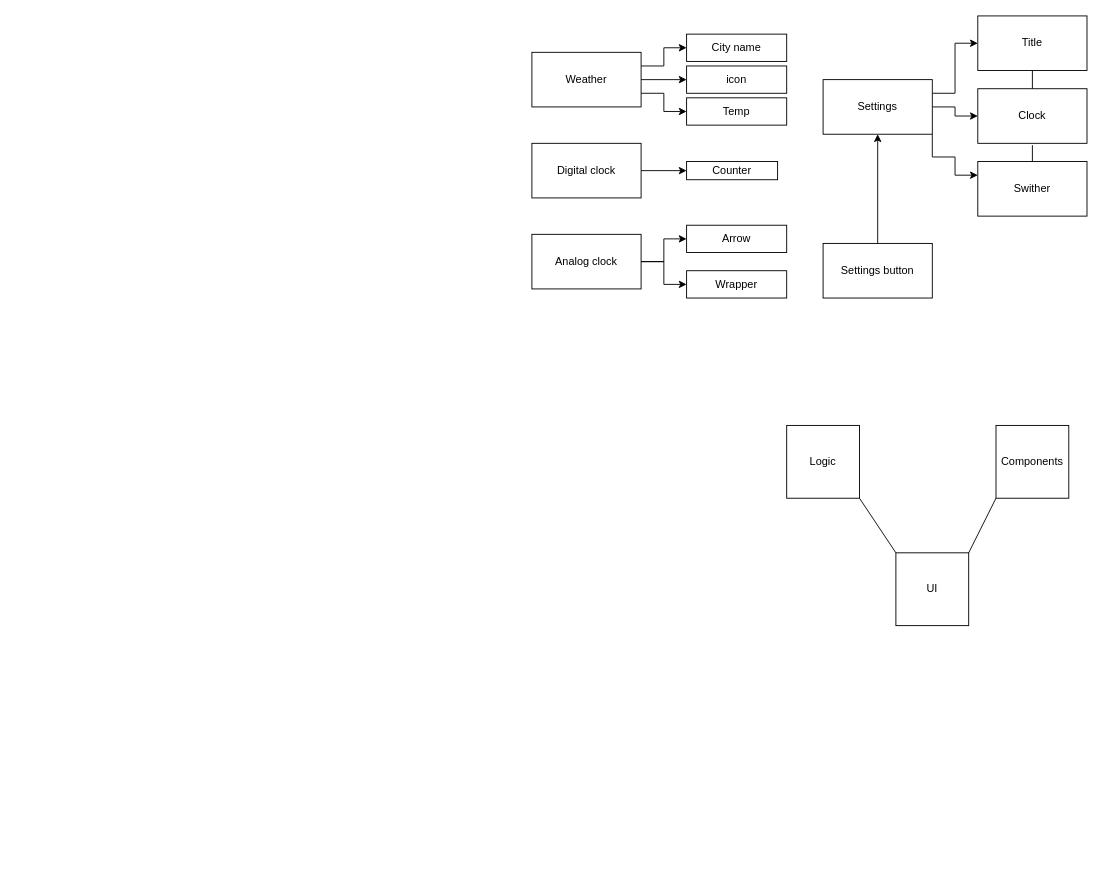
Earlier version of the draw.io diagram draw.io/react-clock.drawio (daniknewgarden/react-clock). Source tidied: cells renumbered, new cells numbered last; positions are measured from the earlier drawing's top-left corner, leaving out a move shared by most shapes. Both pictures are drawn from the tidied source at 91%, with x=0, y=0 at pixel (531, 15).
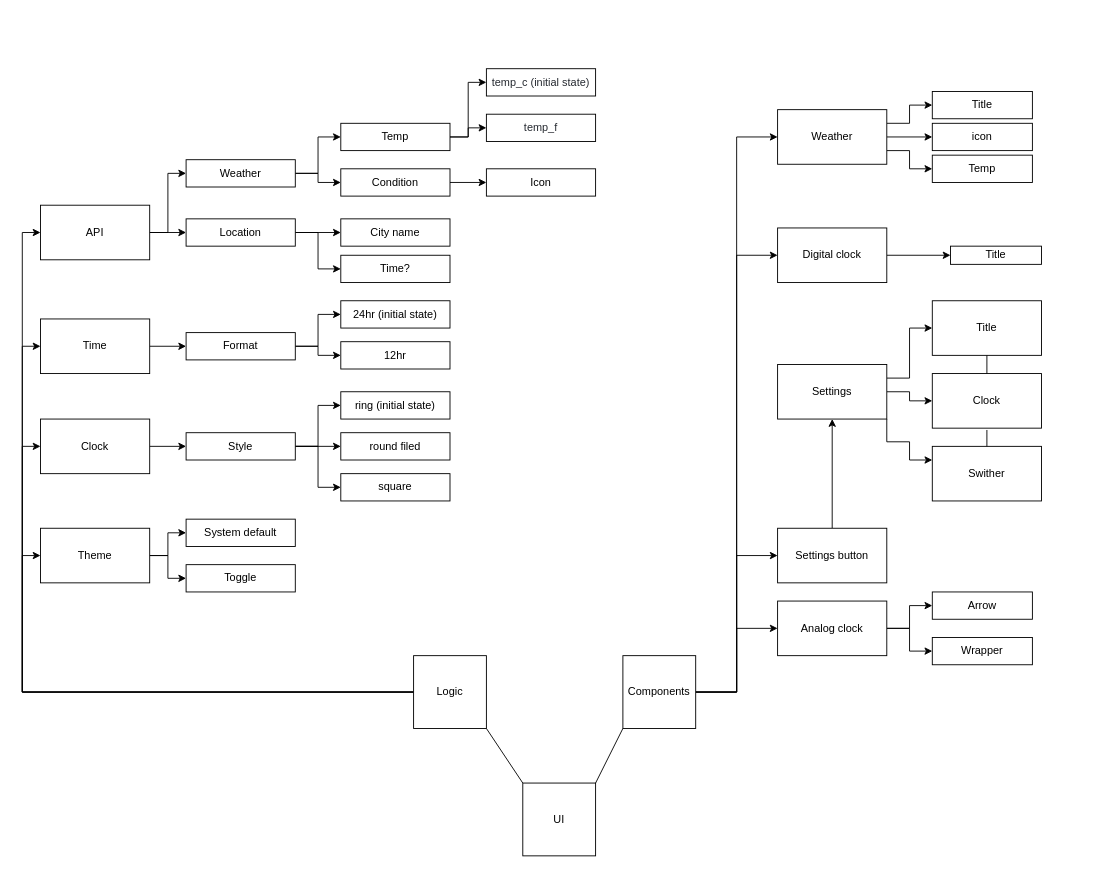
The same diagram, later.

Commit message (it also covers changes not shown here):
aded title component and own geolocation hook

What changed in the source:
```diff
@@
     <mxCell id="2" value="UI" style="whiteSpace=wrap;html=1;" parent="1" vertex="1">
-      <mxGeometry x="400" y="590" width="80" height="80" as="geometry" />
+      <mxGeometry x="-10" y="843" width="80" height="80" as="geometry" />
     </mxCell>
+    <mxCell id="33" style="edgeStyle=orthogonalEdgeStyle;rounded=0;jettySize=auto;html=1;entryX=0;entryY=0.5;entryDx=0;entryDy=0;" parent="1" edge="1" source="3" target="43">
+      <mxGeometry relative="1" as="geometry">
+        <Array as="points">
+          <mxPoint x="-560" y="743" />
+          <mxPoint x="-560" y="238" />
+        </Array>
+      </mxGeometry>
+    </mxCell>
+    <mxCell id="34" style="edgeStyle=orthogonalEdgeStyle;rounded=0;jettySize=auto;html=1;entryX=0;entryY=0.5;entryDx=0;entryDy=0;" parent="1" edge="1" source="3" target="61">
+      <mxGeometry relative="1" as="geometry" />
+    </mxCell>
+    <mxCell id="35" style="edgeStyle=orthogonalEdgeStyle;rounded=0;jettySize=auto;html=1;entryX=0;entryY=0.5;entryDx=0;entryDy=0;" parent="1" edge="1" source="3" target="68">
+      <mxGeometry relative="1" as="geometry" />
+    </mxCell>
+    <mxCell id="36" style="edgeStyle=orthogonalEdgeStyle;rounded=0;jettySize=auto;html=1;entryX=0;entryY=0.5;entryDx=0;entryDy=0;" parent="1" edge="1" source="3" target="78">
+      <mxGeometry relative="1" as="geometry" />
+    </mxCell>
     <mxCell id="3" value="Logic" style="whiteSpace=wrap;html=1;" parent="1" vertex="1">
-      <mxGeometry x="280" y="450" width="80" height="80" as="geometry" />
+      <mxGeometry x="-130" y="703" width="80" height="80" as="geometry" />
     </mxCell>
@@
+    <mxCell id="37" style="edgeStyle=orthogonalEdgeStyle;rounded=0;jettySize=auto;html=1;entryX=0;entryY=0.5;entryDx=0;entryDy=0;" parent="1" edge="1" source="5" target="13">
+      <mxGeometry relative="1" as="geometry" />
+    </mxCell>
+    <mxCell id="38" style="edgeStyle=orthogonalEdgeStyle;rounded=0;jettySize=auto;html=1;entryX=0;entryY=0.5;entryDx=0;entryDy=0;" parent="1" edge="1" source="5" target="17">
+      <mxGeometry relative="1" as="geometry" />
+    </mxCell>
+    <mxCell id="39" style="edgeStyle=orthogonalEdgeStyle;rounded=0;jettySize=auto;html=1;entryX=0;entryY=0.5;entryDx=0;entryDy=0;" parent="1" edge="1" source="5" target="15">
+      <mxGeometry relative="1" as="geometry" />
+    </mxCell>
+    <mxCell id="40" style="edgeStyle=orthogonalEdgeStyle;rounded=0;jettySize=auto;html=1;entryX=0;entryY=0.5;entryDx=0;entryDy=0;" parent="1" edge="1" source="5" target="10">
+      <mxGeometry relative="1" as="geometry" />
+    </mxCell>
     <mxCell id="5" value="Components" style="whiteSpace=wrap;html=1;" parent="1" vertex="1">
-      <mxGeometry x="510" y="450" width="80" height="80" as="geometry" />
+      <mxGeometry x="100" y="703" width="80" height="80" as="geometry" />
     </mxCell>
@@
     <mxCell id="10" value="Weather" style="rounded=0;whiteSpace=wrap;html=1;" parent="1" vertex="1">
-      <mxGeometry y="40" width="120" height="60" as="geometry" />
+      <mxGeometry x="270" y="103" width="120" height="60" as="geometry" />
     </mxCell>
@@
     <mxCell id="13" value="Analog clock" style="rounded=0;whiteSpace=wrap;html=1;" parent="1" vertex="1">
-      <mxGeometry y="240" width="120" height="60" as="geometry" />
+      <mxGeometry x="270" y="643" width="120" height="60" as="geometry" />
     </mxCell>
@@
     <mxCell id="15" value="Digital clock" style="rounded=0;whiteSpace=wrap;html=1;" parent="1" vertex="1">
-      <mxGeometry y="140" width="120" height="60" as="geometry" />
+      <mxGeometry x="270" y="233" width="120" height="60" as="geometry" />
     </mxCell>
@@
     <mxCell id="17" value="Settings button" style="rounded=0;whiteSpace=wrap;html=1;" parent="1" vertex="1">
-      <mxGeometry x="320" y="250" width="120" height="60" as="geometry" />
+      <mxGeometry x="270" y="563" width="120" height="60" as="geometry" />
     </mxCell>
@@
     <mxCell id="20" style="edgeStyle=orthogonalEdgeStyle;rounded=0;jettySize=auto;html=1;exitX=1;exitY=1;exitDx=0;exitDy=0;entryX=0;entryY=0.25;entryDx=0;entryDy=0;" parent="1" edge="1" source="21" target="24">
       <mxGeometry relative="1" as="geometry">
         <Array as="points">
-          <mxPoint x="440" y="155" />
-          <mxPoint x="465" y="155" />
-          <mxPoint x="465" y="175" />
+          <mxPoint x="390" y="468" />
+          <mxPoint x="415" y="468" />
+          <mxPoint x="415" y="488" />
         </Array>
       </mxGeometry>
     </mxCell>
     <mxCell id="21" value="Settings" style="rounded=0;whiteSpace=wrap;html=1;" parent="1" vertex="1">
-      <mxGeometry x="320" y="70" width="120" height="60" as="geometry" />
+      <mxGeometry x="270" y="383" width="120" height="60" as="geometry" />
     </mxCell>
     <mxCell id="22" value="Title" style="rounded=0;whiteSpace=wrap;html=1;" parent="1" vertex="1">
-      <mxGeometry x="490" width="120" height="60" as="geometry" />
+      <mxGeometry x="440" y="313" width="120" height="60" as="geometry" />
     </mxCell>
     <mxCell id="23" value="Clock" style="rounded=0;whiteSpace=wrap;html=1;" parent="1" vertex="1">
-      <mxGeometry x="490" y="80" width="120" height="60" as="geometry" />
+      <mxGeometry x="440" y="393" width="120" height="60" as="geometry" />
     </mxCell>
     <mxCell id="24" value="Swither" style="rounded=0;whiteSpace=wrap;html=1;" parent="1" vertex="1">
-      <mxGeometry x="490" y="160" width="120" height="60" as="geometry" />
+      <mxGeometry x="440" y="473" width="120" height="60" as="geometry" />
     </mxCell>
     <mxCell id="25" style="endArrow=none;html=1;entryX=0.5;entryY=0;entryDx=0;entryDy=0;" parent="1" edge="1" target="24">
       <mxGeometry relative="1" as="geometry">
-        <mxPoint x="550" y="142" as="sourcePoint" />
+        <mxPoint x="500" y="455" as="sourcePoint" />
       </mxGeometry>
     </mxCell>
@@
     <mxCell id="27" value="Arrow" style="rounded=0;whiteSpace=wrap;html=1;" parent="1" vertex="1">
-      <mxGeometry x="170" y="230" width="110" height="30" as="geometry" />
+      <mxGeometry x="440" y="633" width="110" height="30" as="geometry" />
     </mxCell>
     <mxCell id="28" value="Wrapper" style="rounded=0;whiteSpace=wrap;html=1;" parent="1" vertex="1">
-      <mxGeometry x="170" y="280" width="110" height="30" as="geometry" />
+      <mxGeometry x="440" y="683" width="110" height="30" as="geometry" />
     </mxCell>
-    <mxCell id="29" value="City name" style="rounded=0;whiteSpace=wrap;html=1;" parent="1" vertex="1">
-      <mxGeometry x="170" y="20" width="110" height="30" as="geometry" />
+    <mxCell id="29" value="Title" style="rounded=0;whiteSpace=wrap;html=1;" parent="1" vertex="1">
+      <mxGeometry x="440" y="83" width="110" height="30" as="geometry" />
     </mxCell>
     <mxCell id="30" value="icon" style="rounded=0;whiteSpace=wrap;html=1;" parent="1" vertex="1">
-      <mxGeometry x="170" y="55" width="110" height="30" as="geometry" />
+      <mxGeometry x="440" y="118" width="110" height="30" as="geometry" />
     </mxCell>
     <mxCell id="31" value="Temp" style="rounded=0;whiteSpace=wrap;html=1;" parent="1" vertex="1">
-      <mxGeometry x="170" y="90" width="110" height="30" as="geometry" />
+      <mxGeometry x="440" y="153" width="110" height="30" as="geometry" />
     </mxCell>
-    <mxCell id="32" value="Counter" style="rounded=0;whiteSpace=wrap;html=1;" parent="1" vertex="1">
-      <mxGeometry x="170" y="160" width="100" height="20" as="geometry" />
+    <mxCell id="32" value="Title" style="rounded=0;whiteSpace=wrap;html=1;" parent="1" vertex="1">
+      <mxGeometry x="460" y="253" width="100" height="20" as="geometry" />
     </mxCell>
+    <mxCell id="41" style="edgeStyle=orthogonalEdgeStyle;rounded=0;jettySize=auto;html=1;entryX=0;entryY=0.5;entryDx=0;entryDy=0;" parent="1" edge="1" source="43" target="46">
+      <mxGeometry relative="1" as="geometry" />
+    </mxCell>
+    <mxCell id="42" style="edgeStyle=orthogonalEdgeStyle;rounded=0;jettySize=auto;html=1;exitX=1;exitY=0.5;exitDx=0;exitDy=0;entryX=0;entryY=0.5;entryDx=0;entryDy=0;" parent="1" edge="1" source="43" target="52">
+      <mxGeometry relative="1" as="geometry" />
+    </mxCell>
+    <mxCell id="43" value="API" style="rounded=0;whiteSpace=wrap;html=1;" parent="1" vertex="1">
+      <mxGeometry x="-540" y="208" width="120" height="60" as="geometry" />
+    </mxCell>
+    <mxCell id="44" style="edgeStyle=orthogonalEdgeStyle;rounded=0;jettySize=auto;html=1;entryX=0;entryY=0.5;entryDx=0;entryDy=0;" parent="1" edge="1" source="46" target="49">
+      <mxGeometry relative="1" as="geometry" />
+    </mxCell>
+    <mxCell id="45" style="edgeStyle=orthogonalEdgeStyle;rounded=0;jettySize=auto;html=1;" parent="1" edge="1" source="46" target="58">
+      <mxGeometry relative="1" as="geometry" />
+    </mxCell>
+    <mxCell id="46" value="Weather" style="rounded=0;whiteSpace=wrap;html=1;" parent="1" vertex="1">
+      <mxGeometry x="-380" y="158" width="120" height="30" as="geometry" />
+    </mxCell>
+    <mxCell id="47" style="edgeStyle=orthogonalEdgeStyle;rounded=0;jettySize=auto;html=1;entryX=0;entryY=0.5;entryDx=0;entryDy=0;" parent="1" edge="1" source="49" target="54">
+      <mxGeometry relative="1" as="geometry" />
+    </mxCell>
+    <mxCell id="48" style="edgeStyle=orthogonalEdgeStyle;rounded=0;jettySize=auto;html=1;entryX=0;entryY=0.5;entryDx=0;entryDy=0;" parent="1" edge="1" source="49" target="53">
+      <mxGeometry relative="1" as="geometry" />
+    </mxCell>
+    <mxCell id="49" value="Temp" style="rounded=0;whiteSpace=wrap;html=1;" parent="1" vertex="1">
+      <mxGeometry x="-210" y="118" width="120" height="30" as="geometry" />
+    </mxCell>
+    <mxCell id="50" style="edgeStyle=orthogonalEdgeStyle;rounded=0;jettySize=auto;html=1;entryX=0;entryY=0.5;entryDx=0;entryDy=0;" parent="1" edge="1" source="52" target="55">
+      <mxGeometry relative="1" as="geometry" />
+    </mxCell>
+    <mxCell id="51" style="edgeStyle=orthogonalEdgeStyle;rounded=0;jettySize=auto;html=1;entryX=0;entryY=0.5;entryDx=0;entryDy=0;" parent="1" edge="1" source="52" target="56">
+      <mxGeometry relative="1" as="geometry" />
+    </mxCell>
+    <mxCell id="52" value="Location" style="rounded=0;whiteSpace=wrap;html=1;" parent="1" vertex="1">
+      <mxGeometry x="-380" y="223" width="120" height="30" as="geometry" />
+    </mxCell>
+    <mxCell id="53" value="&lt;span style=&quot;color: rgb(37 , 41 , 48) ; font-family: &amp;#34;poppins&amp;#34; , sans-serif ; text-align: left ; background-color: rgb(255 , 255 , 255)&quot;&gt;&lt;font style=&quot;font-size: 12px&quot;&gt;temp_c (initial state)&lt;/font&gt;&lt;/span&gt;" style="rounded=0;whiteSpace=wrap;html=1;" parent="1" vertex="1">
+      <mxGeometry x="-50" y="58" width="120" height="30" as="geometry" />
+    </mxCell>
+    <mxCell id="54" value="&lt;span style=&quot;color: rgb(37 , 41 , 48) ; font-family: &amp;#34;poppins&amp;#34; , sans-serif ; text-align: left ; background-color: rgb(255 , 255 , 255)&quot;&gt;&lt;font style=&quot;font-size: 12px&quot;&gt;temp_f&lt;/font&gt;&lt;/span&gt;" style="rounded=0;whiteSpace=wrap;html=1;" parent="1" vertex="1">
+      <mxGeometry x="-50" y="108" width="120" height="30" as="geometry" />
+    </mxCell>
+    <mxCell id="55" value="City name" style="rounded=0;whiteSpace=wrap;html=1;" parent="1" vertex="1">
+      <mxGeometry x="-210" y="223" width="120" height="30" as="geometry" />
+    </mxCell>
+    <mxCell id="56" value="Time?" style="rounded=0;whiteSpace=wrap;html=1;" parent="1" vertex="1">
+      <mxGeometry x="-210" y="263" width="120" height="30" as="geometry" />
+    </mxCell>
+    <mxCell id="57" style="edgeStyle=orthogonalEdgeStyle;rounded=0;jettySize=auto;html=1;entryX=0;entryY=0.5;entryDx=0;entryDy=0;" parent="1" edge="1" source="58" target="59">
+      <mxGeometry relative="1" as="geometry" />
+    </mxCell>
+    <mxCell id="58" value="Condition" style="rounded=0;whiteSpace=wrap;html=1;" parent="1" vertex="1">
+      <mxGeometry x="-210" y="168" width="120" height="30" as="geometry" />
+    </mxCell>
+    <mxCell id="59" value="Icon" style="rounded=0;whiteSpace=wrap;html=1;" parent="1" vertex="1">
+      <mxGeometry x="-50" y="168" width="120" height="30" as="geometry" />
+    </mxCell>
+    <mxCell id="60" style="edgeStyle=orthogonalEdgeStyle;rounded=0;jettySize=auto;html=1;exitX=1;exitY=0.5;exitDx=0;exitDy=0;entryX=0;entryY=0.5;entryDx=0;entryDy=0;" parent="1" edge="1" source="61" target="64">
+      <mxGeometry relative="1" as="geometry" />
+    </mxCell>
+    <mxCell id="61" value="Time" style="rounded=0;whiteSpace=wrap;html=1;" parent="1" vertex="1">
+      <mxGeometry x="-540" y="333" width="120" height="60" as="geometry" />
+    </mxCell>
+    <mxCell id="62" style="edgeStyle=orthogonalEdgeStyle;rounded=0;jettySize=auto;html=1;entryX=0;entryY=0.5;entryDx=0;entryDy=0;" parent="1" edge="1" source="64" target="65">
+      <mxGeometry relative="1" as="geometry" />
+    </mxCell>
+    <mxCell id="63" style="edgeStyle=orthogonalEdgeStyle;rounded=0;jettySize=auto;html=1;entryX=0;entryY=0.5;entryDx=0;entryDy=0;" parent="1" edge="1" source="64" target="66">
+      <mxGeometry relative="1" as="geometry" />
+    </mxCell>
+    <mxCell id="64" value="Format" style="rounded=0;whiteSpace=wrap;html=1;" parent="1" vertex="1">
+      <mxGeometry x="-380" y="348" width="120" height="30" as="geometry" />
+    </mxCell>
+    <mxCell id="65" value="24hr (initial state)" style="rounded=0;whiteSpace=wrap;html=1;" parent="1" vertex="1">
+      <mxGeometry x="-210" y="313" width="120" height="30" as="geometry" />
+    </mxCell>
+    <mxCell id="66" value="12hr" style="rounded=0;whiteSpace=wrap;html=1;" parent="1" vertex="1">
+      <mxGeometry x="-210" y="358" width="120" height="30" as="geometry" />
+    </mxCell>
+    <mxCell id="67" style="edgeStyle=orthogonalEdgeStyle;rounded=0;jettySize=auto;html=1;entryX=0;entryY=0.5;entryDx=0;entryDy=0;" parent="1" edge="1" source="68" target="72">
+      <mxGeometry relative="1" as="geometry" />
+    </mxCell>
+    <mxCell id="68" value="Clock" style="rounded=0;whiteSpace=wrap;html=1;" parent="1" vertex="1">
+      <mxGeometry x="-540" y="443" width="120" height="60" as="geometry" />
+    </mxCell>
+    <mxCell id="69" style="edgeStyle=orthogonalEdgeStyle;rounded=0;jettySize=auto;html=1;entryX=0;entryY=0.5;entryDx=0;entryDy=0;" parent="1" edge="1" source="72" target="74">
+      <mxGeometry relative="1" as="geometry">
+        <Array as="points">
+          <mxPoint x="-210" y="473" />
+          <mxPoint x="-210" y="473" />
+        </Array>
+      </mxGeometry>
+    </mxCell>
+    <mxCell id="70" style="edgeStyle=orthogonalEdgeStyle;rounded=0;jettySize=auto;html=1;entryX=0;entryY=0.5;entryDx=0;entryDy=0;" parent="1" edge="1" source="72" target="73">
+      <mxGeometry relative="1" as="geometry" />
+    </mxCell>
+    <mxCell id="71" style="edgeStyle=orthogonalEdgeStyle;rounded=0;jettySize=auto;html=1;entryX=0;entryY=0.5;entryDx=0;entryDy=0;" parent="1" edge="1" source="72" target="75">
+      <mxGeometry relative="1" as="geometry" />
+    </mxCell>
+    <mxCell id="72" value="Style" style="rounded=0;whiteSpace=wrap;html=1;" parent="1" vertex="1">
+      <mxGeometry x="-380" y="458" width="120" height="30" as="geometry" />
+    </mxCell>
+    <mxCell id="73" value="ring (initial state)" style="rounded=0;whiteSpace=wrap;html=1;" parent="1" vertex="1">
+      <mxGeometry x="-210" y="413" width="120" height="30" as="geometry" />
+    </mxCell>
+    <mxCell id="74" value="round filed" style="rounded=0;whiteSpace=wrap;html=1;" parent="1" vertex="1">
+      <mxGeometry x="-210" y="458" width="120" height="30" as="geometry" />
+    </mxCell>
+    <mxCell id="75" value="square" style="rounded=0;whiteSpace=wrap;html=1;" parent="1" vertex="1">
+      <mxGeometry x="-210" y="503" width="120" height="30" as="geometry" />
+    </mxCell>
+    <mxCell id="76" style="edgeStyle=orthogonalEdgeStyle;rounded=0;jettySize=auto;html=1;entryX=0;entryY=0.5;entryDx=0;entryDy=0;" parent="1" edge="1" source="78" target="79">
+      <mxGeometry relative="1" as="geometry" />
+    </mxCell>
+    <mxCell id="77" style="edgeStyle=orthogonalEdgeStyle;rounded=0;jettySize=auto;html=1;entryX=0;entryY=0.5;entryDx=0;entryDy=0;" parent="1" edge="1" source="78" target="80">
+      <mxGeometry relative="1" as="geometry" />
+    </mxCell>
+    <mxCell id="78" value="Theme" style="rounded=0;whiteSpace=wrap;html=1;" parent="1" vertex="1">
+      <mxGeometry x="-540" y="563" width="120" height="60" as="geometry" />
+    </mxCell>
+    <mxCell id="79" value="System default" style="rounded=0;whiteSpace=wrap;html=1;" parent="1" vertex="1">
+      <mxGeometry x="-380" y="553" width="120" height="30" as="geometry" />
+    </mxCell>
+    <mxCell id="80" value="Toggle" style="rounded=0;whiteSpace=wrap;html=1;" parent="1" vertex="1">
+      <mxGeometry x="-380" y="603" width="120" height="30" as="geometry" />
+    </mxCell>
```
